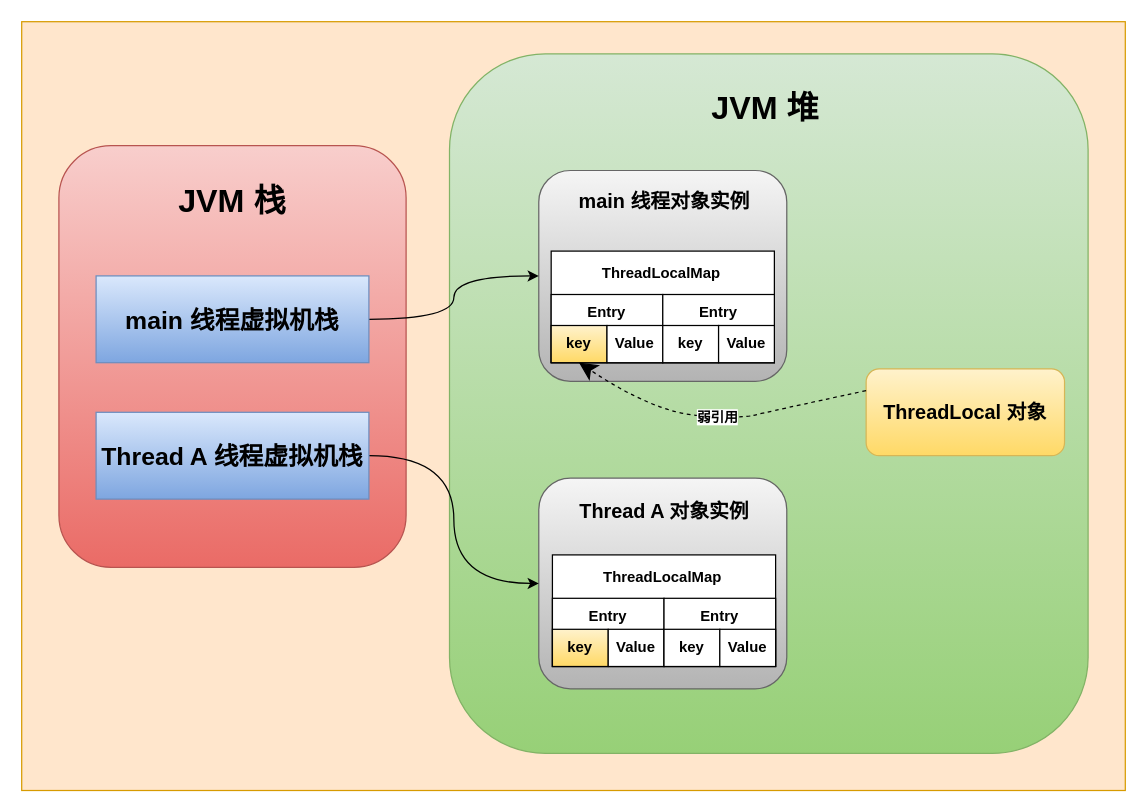
Earlier version of the draw.io diagram Concurrent/ThreadLocal/ThreadLocal_Sample.drawio (Muggle666/PicGo). Source tidied: cells renumbered, new cells numbered last; positions are measured from the earlier drawing's top-left corner, leaving out a move shared by most shapes. Both pictures are drawn from the tidied source at 124%, with x=0, y=0 at pixel (21, 21).
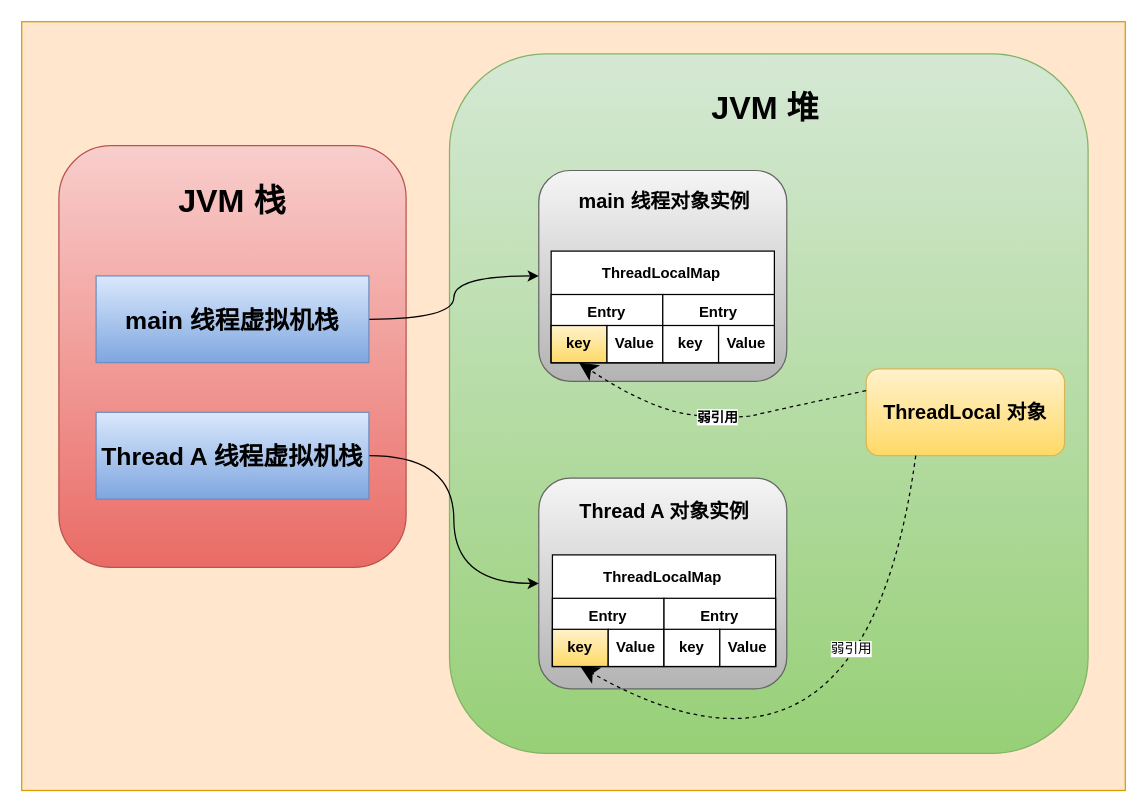
The same diagram, later.

Unchanged cells that the change refers to:
```xml
<mxCell id="11" value="&lt;font style=&quot;font-size: 16px&quot;&gt;ThreadLocal 对象&lt;/font&gt;" style="rounded=1;whiteSpace=wrap;html=1;fontStyle=1;fillColor=#fff2cc;strokeColor=#d6b656;gradientColor=#ffd966;" parent="1" vertex="1">
  <mxGeometry x="681" y="280" width="160" height="70" as="geometry" />
</mxCell>
<mxCell id="30" value="key" style="rounded=0;whiteSpace=wrap;html=1;fontStyle=1;gradientColor=#ffd966;fillColor=#fff2cc;strokeColor=#000000;" parent="1" vertex="1">
  <mxGeometry x="428" y="490" width="45" height="30" as="geometry" />
</mxCell>
```

Diff of the diagram source:
```diff
@@
+    <mxCell id="37" value="弱引用" style="endArrow=classic;endSize=12;dashed=1;html=1;entryX=0.5;entryY=1;entryDx=0;entryDy=0;exitX=0.25;exitY=1;exitDx=0;exitDy=0;curved=1;endFill=1;" parent="1" edge="1" source="11" target="30">
+      <mxGeometry x="-0.43" y="-30" relative="1" as="geometry">
+        <Array as="points">
+          <mxPoint x="680" y="650" />
+        </Array>
+        <mxPoint y="1" as="offset" />
+      </mxGeometry>
+    </mxCell>
```
